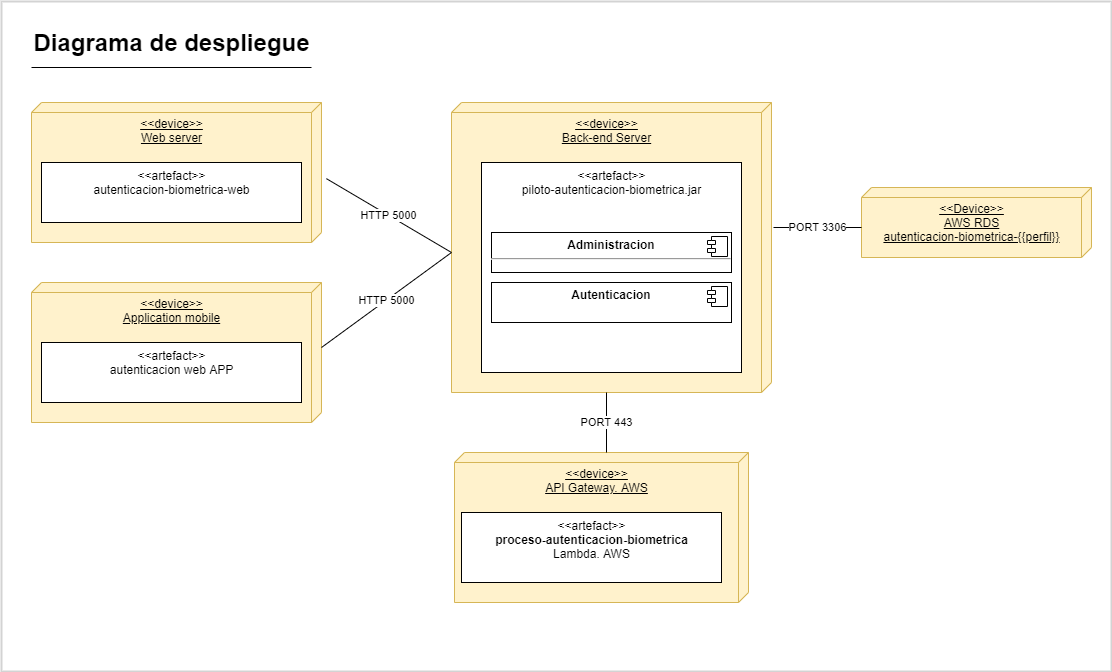
This is autenticacionBiometrica-diagramaDespliegue.drawio.png from ca-milin15/proy_grado_2021_doc, a draw.io export, as it was before one commit. Source tidied: cells renumbered, new cells last; positions are measured from the earlier drawing's top-left corner, leaving out a move shared by most shapes. Source of this version:
```xml
<mxGraphModel>
  <root>
    <mxCell id="0" />
    <mxCell id="1" parent="0" />
    <mxCell id="2" style="rounded=0;whiteSpace=wrap;html=1;fillColor=none;strokeColor=#d3d3d3;strokeWidth=2;" parent="1" vertex="1">
      <mxGeometry width="1110" height="670" as="geometry" />
    </mxCell>
    <mxCell id="3" value="Diagrama de despliegue" style="text;strokeColor=none;fillColor=none;html=1;fontSize=24;fontStyle=1;verticalAlign=middle;align=center;" parent="1" vertex="1">
      <mxGeometry x="30" y="21" width="280" height="40" as="geometry" />
    </mxCell>
    <mxCell id="4" style="line;strokeWidth=1;dashed=0;labelPosition=right;align=left;verticalAlign=middle;spacingTop=0;spacingLeft=6;" parent="1" vertex="1">
      <mxGeometry x="30" y="61" width="280" height="10" as="geometry" />
    </mxCell>
    <mxCell id="5" value="&amp;lt;&amp;lt;device&amp;gt;&amp;gt;&lt;br&gt;Back-end Server" style="verticalAlign=top;align=center;spacingTop=8;spacingLeft=2;spacingRight=12;shape=cube;size=10;direction=south;fontStyle=4;html=1;fillColor=#fff2cc;strokeColor=#d6b656;" parent="1" vertex="1">
      <mxGeometry x="450" y="101" width="320" height="290" as="geometry" />
    </mxCell>
    <mxCell id="6" value="&lt;span&gt;&amp;lt;&amp;lt;artefact&amp;gt;&amp;gt;&lt;/span&gt;&lt;br&gt;piloto-autenticacion-biometrica.jar" style="html=1;verticalAlign=top;" parent="1" vertex="1">
      <mxGeometry x="480" y="161" width="260" height="210" as="geometry" />
    </mxCell>
    <mxCell id="7" value="&amp;lt;&amp;lt;Device&amp;gt;&amp;gt;&lt;br&gt;AWS RDS&lt;br&gt;autenticacion-biometrica-{{perfil}}" style="verticalAlign=top;align=center;spacingTop=8;spacingLeft=2;spacingRight=12;shape=cube;size=10;direction=south;fontStyle=4;html=1;fillColor=#fff2cc;strokeColor=#d6b656;" parent="1" vertex="1">
      <mxGeometry x="860" y="186" width="230" height="70" as="geometry" />
    </mxCell>
    <mxCell id="8" value="&lt;p style=&quot;margin: 0px ; margin-top: 6px ; text-align: center&quot;&gt;&lt;b&gt;Administracion&lt;/b&gt;&lt;/p&gt;&lt;hr&gt;&lt;p style=&quot;margin: 0px ; margin-left: 8px&quot;&gt;&lt;br&gt;&lt;/p&gt;" style="align=left;overflow=fill;html=1;" parent="1" vertex="1">
      <mxGeometry x="490" y="231" width="240" height="40" as="geometry" />
    </mxCell>
    <mxCell id="9" style="shape=component;jettyWidth=8;jettyHeight=4;" parent="8" vertex="1">
      <mxGeometry x="1" width="20" height="20" relative="1" as="geometry">
        <mxPoint x="-24" y="4" as="offset" />
      </mxGeometry>
    </mxCell>
    <mxCell id="10" value="&lt;p style=&quot;margin: 0px ; margin-top: 6px ; text-align: center&quot;&gt;&lt;b&gt;Autenticacion&lt;/b&gt;&lt;/p&gt;" style="align=left;overflow=fill;html=1;" parent="1" vertex="1">
      <mxGeometry x="490" y="281" width="240" height="40" as="geometry" />
    </mxCell>
    <mxCell id="11" style="shape=component;jettyWidth=8;jettyHeight=4;" parent="10" vertex="1">
      <mxGeometry x="1" width="20" height="20" relative="1" as="geometry">
        <mxPoint x="-24" y="4" as="offset" />
      </mxGeometry>
    </mxCell>
    <mxCell id="12" value="PORT 3306" style="endArrow=none;html=1;entryX=0;entryY=0;entryDx=40;entryDy=230;entryPerimeter=0;" parent="1" edge="1" target="7">
      <mxGeometry relative="1" as="geometry">
        <mxPoint x="772" y="226" as="sourcePoint" />
      </mxGeometry>
    </mxCell>
    <mxCell id="13" value="&amp;lt;&amp;lt;device&amp;gt;&amp;gt;&lt;br&gt;&lt;span style=&quot;&quot;&gt;API Gateway. AWS&lt;/span&gt;" style="verticalAlign=top;align=center;spacingTop=8;spacingLeft=2;spacingRight=12;shape=cube;size=10;direction=south;fontStyle=4;html=1;fillColor=#fff2cc;strokeColor=#d6b656;" parent="1" vertex="1">
      <mxGeometry x="453" y="451" width="294" height="150" as="geometry" />
    </mxCell>
    <mxCell id="14" value="&amp;lt;&amp;lt;artefact&amp;gt;&amp;gt;&lt;br&gt;&lt;b&gt;proceso-autenticacion-biometrica&lt;br&gt;&lt;/b&gt;Lambda. AWS" style="html=1;verticalAlign=top;" parent="1" vertex="1">
      <mxGeometry x="460" y="511" width="260" height="70" as="geometry" />
    </mxCell>
    <mxCell id="15" value="PORT 443" style="endArrow=none;html=1;entryX=0;entryY=0;entryDx=0;entryDy=142;entryPerimeter=0;exitX=0;exitY=0;exitDx=290;exitDy=165;exitPerimeter=0;" parent="1" edge="1" source="5" target="13">
      <mxGeometry relative="1" as="geometry" />
    </mxCell>
    <mxCell id="16" value="&amp;lt;&amp;lt;device&amp;gt;&amp;gt;&lt;br&gt;Web server" style="verticalAlign=top;align=center;spacingTop=8;spacingLeft=2;spacingRight=12;shape=cube;size=10;direction=south;fontStyle=4;html=1;fillColor=#fff2cc;strokeColor=#d6b656;" parent="1" vertex="1">
      <mxGeometry x="30" y="101" width="290" height="140" as="geometry" />
    </mxCell>
    <mxCell id="17" value="&amp;lt;&amp;lt;artefact&amp;gt;&amp;gt;&lt;br&gt;autenticacion-biometrica-web" style="html=1;verticalAlign=top;" parent="1" vertex="1">
      <mxGeometry x="40" y="161" width="260" height="60" as="geometry" />
    </mxCell>
    <mxCell id="18" value="&amp;lt;&amp;lt;device&amp;gt;&amp;gt;&lt;br&gt;Application mobile" style="verticalAlign=top;align=center;spacingTop=8;spacingLeft=2;spacingRight=12;shape=cube;size=10;direction=south;fontStyle=4;html=1;fillColor=#fff2cc;strokeColor=#d6b656;" parent="1" vertex="1">
      <mxGeometry x="30" y="281" width="290" height="140" as="geometry" />
    </mxCell>
    <mxCell id="19" value="&amp;lt;&amp;lt;artefact&amp;gt;&amp;gt;&lt;br&gt;autenticacion web APP" style="html=1;verticalAlign=top;" parent="1" vertex="1">
      <mxGeometry x="40" y="341" width="260" height="60" as="geometry" />
    </mxCell>
    <mxCell id="20" value="HTTP 5000" style="endArrow=none;html=1;exitX=0.544;exitY=-0.017;exitDx=0;exitDy=0;exitPerimeter=0;entryX=0;entryY=0;entryDx=150;entryDy=320;entryPerimeter=0;" parent="1" edge="1" source="16" target="5">
      <mxGeometry relative="1" as="geometry" />
    </mxCell>
    <mxCell id="21" value="HTTP 5000" style="endArrow=none;html=1;exitX=0;exitY=0;exitDx=65;exitDy=0;exitPerimeter=0;entryX=0;entryY=0;entryDx=150;entryDy=320;entryPerimeter=0;" parent="1" edge="1" source="18" target="5">
      <mxGeometry relative="1" as="geometry" />
    </mxCell>
  </root>
</mxGraphModel>
```
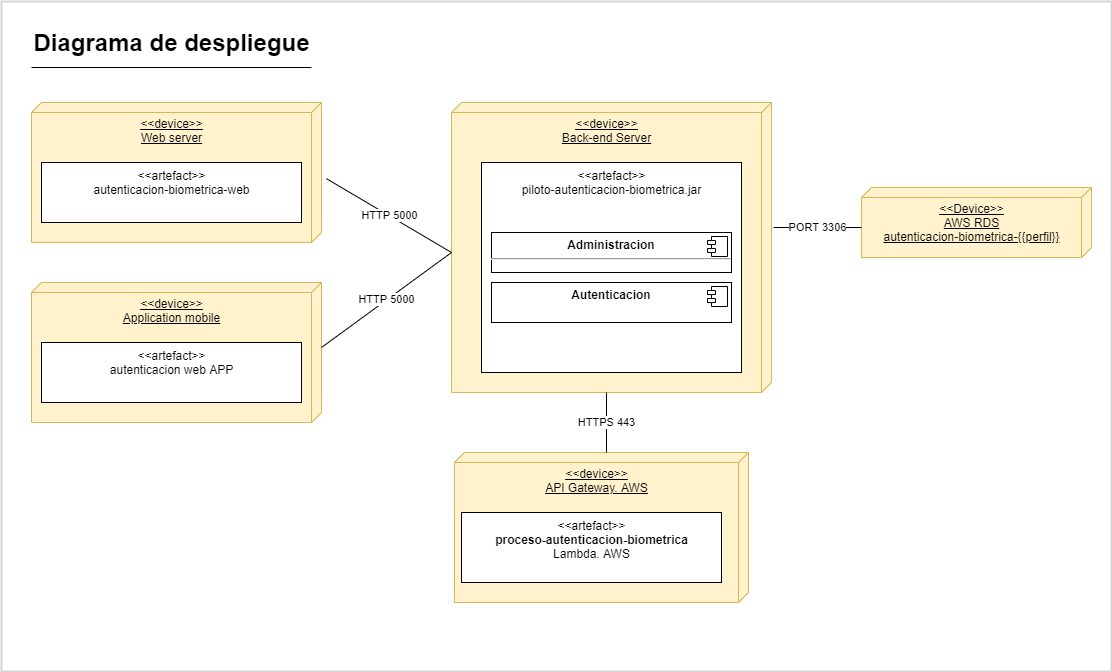
Above is the later version.

The edit, as a diff of the source:
```diff
@@ -47,7 +47,7 @@
     <mxCell id="14" value="&amp;lt;&amp;lt;artefact&amp;gt;&amp;gt;&lt;br&gt;&lt;b&gt;proceso-autenticacion-biometrica&lt;br&gt;&lt;/b&gt;Lambda. AWS" style="html=1;verticalAlign=top;" parent="1" vertex="1">
       <mxGeometry x="460" y="511" width="260" height="70" as="geometry" />
     </mxCell>
-    <mxCell id="15" value="PORT 443" style="endArrow=none;html=1;entryX=0;entryY=0;entryDx=0;entryDy=142;entryPerimeter=0;exitX=0;exitY=0;exitDx=290;exitDy=165;exitPerimeter=0;" parent="1" edge="1" source="5" target="13">
+    <mxCell id="15" value="HTTPS 443" style="endArrow=none;html=1;entryX=0;entryY=0;entryDx=0;entryDy=142;entryPerimeter=0;exitX=0;exitY=0;exitDx=290;exitDy=165;exitPerimeter=0;" parent="1" edge="1" source="5" target="13">
       <mxGeometry relative="1" as="geometry" />
     </mxCell>
     <mxCell id="16" value="&amp;lt;&amp;lt;device&amp;gt;&amp;gt;&lt;br&gt;Web server" style="verticalAlign=top;align=center;spacingTop=8;spacingLeft=2;spacingRight=12;shape=cube;size=10;direction=south;fontStyle=4;html=1;fillColor=#fff2cc;strokeColor=#d6b656;" parent="1" vertex="1">
```
